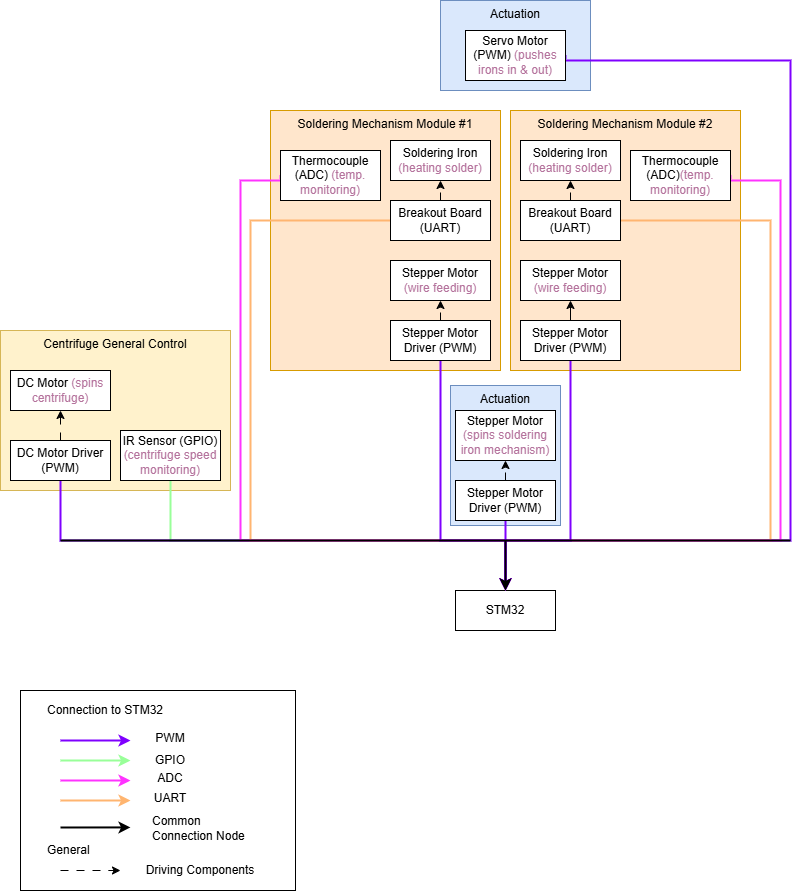
asmi-g/WSST-CentrifugeRepo-2026 keeps this draw.io diagram as docs/assets/WSST-SW-High-Level-Diagram.png. Above is the earlier version. Source tidied: cells renumbered, new cells last; positions are measured from the earlier drawing's top-left corner, leaving out a move shared by most shapes.
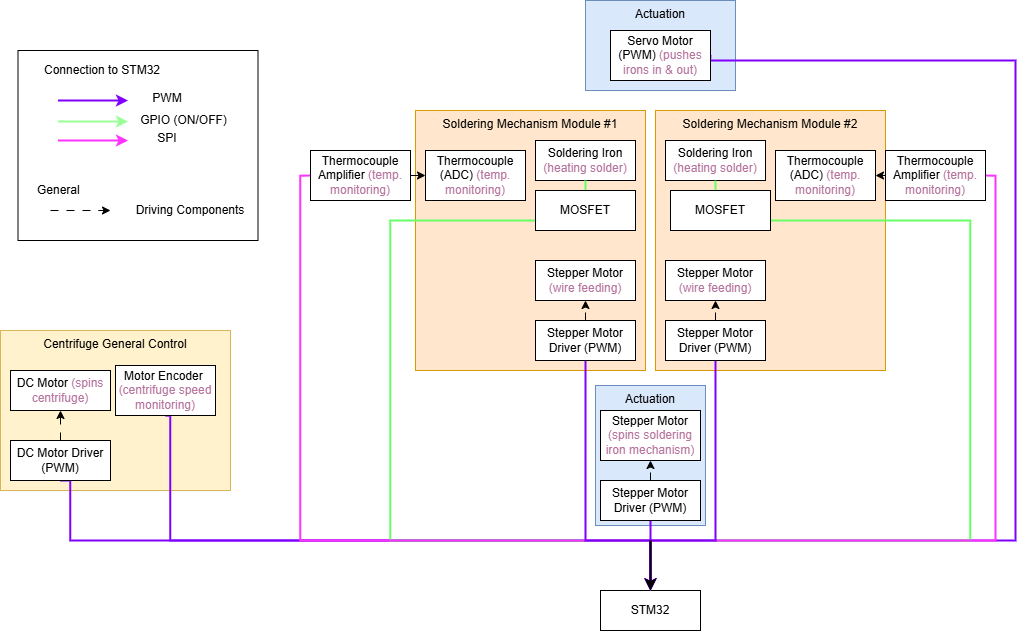
The same diagram one commit later.

Commit message:
stage-2-issue-6-centrifuge-operations-planning: Updated diagrams according to leads discussions

Change to the diagram source:
```diff
@@ -9,8 +9,11 @@
       <mxGeometry x="440" width="150" height="90" as="geometry" />
     </mxCell>
     <mxCell id="4" style="rounded=0;whiteSpace=wrap;html=1;" parent="1" vertex="1">
-      <mxGeometry x="20" y="690" width="275" height="200" as="geometry" />
+      <mxGeometry x="-127.5" y="50" width="240" height="190" as="geometry" />
     </mxCell>
+    <mxCell id="57" style="edgeStyle=orthogonalEdgeStyle;rounded=0;jettySize=auto;html=1;exitX=1;exitY=0.25;exitDx=0;exitDy=0;entryX=1;entryY=0.5;entryDx=0;entryDy=0;" parent="1" edge="1" source="5" target="31">
+      <mxGeometry relative="1" as="geometry" />
+    </mxCell>
     <mxCell id="5" value="Soldering Mechanism Module #2" style="rounded=0;whiteSpace=wrap;html=1;verticalAlign=top;fillColor=#ffe6cc;strokeColor=#d79b00;" parent="1" vertex="1">
       <mxGeometry x="510" y="110" width="230" height="260" as="geometry" />
     </mxCell>
@@ -18,20 +21,20 @@
       <mxGeometry x="270" y="110" width="230" height="260" as="geometry" />
     </mxCell>
     <mxCell id="7" value="Centrifuge General Control" style="rounded=0;whiteSpace=wrap;html=1;verticalAlign=top;fillColor=#fff2cc;strokeColor=#d6b656;" parent="1" vertex="1">
-      <mxGeometry y="330" width="230" height="160" as="geometry" />
+      <mxGeometry x="-145" y="330" width="230" height="160" as="geometry" />
     </mxCell>
     <mxCell id="8" value="STM32" style="rounded=0;whiteSpace=wrap;html=1;" parent="1" vertex="1">
       <mxGeometry x="455" y="590" width="100" height="40" as="geometry" />
     </mxCell>
     <mxCell id="9" value="DC Motor &lt;font style=&quot;color: rgb(181, 115, 157);&quot;&gt;(spins centrifuge)&lt;/font&gt;" style="rounded=0;whiteSpace=wrap;html=1;" parent="1" vertex="1">
-      <mxGeometry x="10" y="370" width="100" height="40" as="geometry" />
+      <mxGeometry x="-135" y="370" width="100" height="40" as="geometry" />
     </mxCell>
     <mxCell id="10" style="edgeStyle=orthogonalEdgeStyle;rounded=0;jettySize=auto;html=1;exitX=1;exitY=0.5;exitDx=0;exitDy=0;entryX=0.5;entryY=0;entryDx=0;entryDy=0;strokeColor=#7F00FF;strokeWidth=2;" parent="1" edge="1" source="11" target="8">
       <mxGeometry relative="1" as="geometry">
         <Array as="points">
           <mxPoint x="565" y="60" />
-          <mxPoint x="790" y="60" />
-          <mxPoint x="790" y="540" />
+          <mxPoint x="870" y="60" />
+          <mxPoint x="870" y="540" />
           <mxPoint x="505" y="540" />
         </Array>
       </mxGeometry>
@@ -54,16 +57,16 @@
     <mxCell id="16" value="Soldering Iron &lt;font style=&quot;color: rgb(181, 115, 157);&quot;&gt;(heating solder)&lt;/font&gt;" style="rounded=0;whiteSpace=wrap;html=1;" parent="1" vertex="1">
       <mxGeometry x="520" y="140" width="100" height="40" as="geometry" />
     </mxCell>
-    <mxCell id="17" style="edgeStyle=orthogonalEdgeStyle;rounded=0;jettySize=auto;html=1;exitX=0.5;exitY=1;exitDx=0;exitDy=0;entryX=0.5;entryY=0;entryDx=0;entryDy=0;strokeColor=#99FF99;strokeWidth=2;" parent="1" edge="1" source="18" target="8">
+    <mxCell id="17" style="edgeStyle=orthogonalEdgeStyle;rounded=0;jettySize=auto;html=1;exitX=0.5;exitY=1;exitDx=0;exitDy=0;entryX=0.5;entryY=0;entryDx=0;entryDy=0;strokeColor=#7F00FF;strokeWidth=2;" parent="1" edge="1" source="18" target="8">
       <mxGeometry relative="1" as="geometry">
         <Array as="points">
-          <mxPoint x="170" y="540" />
+          <mxPoint x="25" y="540" />
           <mxPoint x="505" y="540" />
         </Array>
       </mxGeometry>
     </mxCell>
-    <mxCell id="18" value="IR Sensor (GPIO) &lt;font style=&quot;color: rgb(181, 115, 157);&quot;&gt;(centrifuge speed monitoring)&lt;/font&gt;" style="rounded=0;whiteSpace=wrap;html=1;" parent="1" vertex="1">
-      <mxGeometry x="120" y="430" width="100" height="50" as="geometry" />
+    <mxCell id="18" value="Motor Encoder&amp;nbsp;&lt;div&gt;&lt;font style=&quot;color: rgb(181, 115, 157);&quot;&gt;(centrifuge speed monitoring)&lt;/font&gt;&lt;/div&gt;" style="rounded=0;whiteSpace=wrap;html=1;" parent="1" vertex="1">
+      <mxGeometry x="-30" y="365" width="100" height="50" as="geometry" />
     </mxCell>
     <mxCell id="19" style="edgeStyle=orthogonalEdgeStyle;rounded=0;jettySize=auto;html=1;exitX=0.5;exitY=0;exitDx=0;exitDy=0;entryX=0.5;entryY=1;entryDx=0;entryDy=0;dashed=1;dashPattern=8 8;" parent="1" edge="1" source="21" target="9">
       <mxGeometry relative="1" as="geometry" />
@@ -71,51 +74,41 @@
     <mxCell id="20" style="edgeStyle=orthogonalEdgeStyle;rounded=0;jettySize=auto;html=1;exitX=0.5;exitY=1;exitDx=0;exitDy=0;entryX=0.5;entryY=0;entryDx=0;entryDy=0;strokeColor=#7F00FF;strokeWidth=2;" parent="1" edge="1" source="21" target="8">
       <mxGeometry relative="1" as="geometry">
         <Array as="points">
-          <mxPoint x="60" y="540" />
+          <mxPoint x="-75" y="480" />
+          <mxPoint x="-75" y="540" />
           <mxPoint x="505" y="540" />
         </Array>
       </mxGeometry>
     </mxCell>
     <mxCell id="21" value="DC Motor Driver (PWM)" style="rounded=0;whiteSpace=wrap;html=1;" parent="1" vertex="1">
-      <mxGeometry x="10" y="440" width="100" height="40" as="geometry" />
+      <mxGeometry x="-135" y="440" width="100" height="40" as="geometry" />
     </mxCell>
-    <mxCell id="22" style="edgeStyle=orthogonalEdgeStyle;rounded=0;jettySize=auto;html=1;exitX=0.5;exitY=0;exitDx=0;exitDy=0;entryX=0.5;entryY=1;entryDx=0;entryDy=0;dashed=1;dashPattern=8 8;" parent="1" edge="1" source="24" target="15">
-      <mxGeometry relative="1" as="geometry" />
-    </mxCell>
-    <mxCell id="23" style="edgeStyle=orthogonalEdgeStyle;rounded=0;jettySize=auto;html=1;exitX=0;exitY=0.5;exitDx=0;exitDy=0;strokeColor=#FFB570;strokeWidth=2;" parent="1" edge="1" source="24">
+    <mxCell id="23" style="edgeStyle=orthogonalEdgeStyle;rounded=0;jettySize=auto;html=1;exitX=0.5;exitY=1;exitDx=0;exitDy=0;strokeColor=#66FF66;strokeWidth=2;" parent="1" edge="1" source="15">
       <mxGeometry relative="1" as="geometry">
         <mxPoint x="505" y="590" as="targetPoint" />
         <Array as="points">
-          <mxPoint x="250" y="220" />
-          <mxPoint x="250" y="540" />
+          <mxPoint x="440" y="220" />
+          <mxPoint x="245" y="220" />
+          <mxPoint x="245" y="540" />
           <mxPoint x="505" y="540" />
         </Array>
       </mxGeometry>
     </mxCell>
-    <mxCell id="24" value="Breakout Board (UART)" style="rounded=0;whiteSpace=wrap;html=1;" parent="1" vertex="1">
-      <mxGeometry x="390" y="200" width="100" height="40" as="geometry" />
-    </mxCell>
-    <mxCell id="25" style="edgeStyle=orthogonalEdgeStyle;rounded=0;jettySize=auto;html=1;exitX=0.5;exitY=0;exitDx=0;exitDy=0;entryX=0.5;entryY=1;entryDx=0;entryDy=0;dashed=1;dashPattern=8 8;" parent="1" edge="1" source="27" target="16">
-      <mxGeometry relative="1" as="geometry" />
-    </mxCell>
-    <mxCell id="26" style="edgeStyle=orthogonalEdgeStyle;rounded=0;jettySize=auto;html=1;exitX=1;exitY=0.5;exitDx=0;exitDy=0;strokeColor=#FFB570;strokeWidth=2;" parent="1" edge="1" source="27">
+    <mxCell id="26" style="edgeStyle=orthogonalEdgeStyle;rounded=0;jettySize=auto;html=1;exitX=0.5;exitY=1;exitDx=0;exitDy=0;strokeColor=#66FF66;strokeWidth=2;" parent="1" edge="1" source="64">
       <mxGeometry relative="1" as="geometry">
         <mxPoint x="505" y="590" as="targetPoint" />
         <Array as="points">
-          <mxPoint x="770" y="220" />
-          <mxPoint x="770" y="540" />
+          <mxPoint x="825" y="220" />
+          <mxPoint x="825" y="540" />
           <mxPoint x="505" y="540" />
         </Array>
       </mxGeometry>
     </mxCell>
-    <mxCell id="27" value="Breakout Board (UART)" style="rounded=0;whiteSpace=wrap;html=1;" parent="1" vertex="1">
-      <mxGeometry x="520" y="200" width="100" height="40" as="geometry" />
-    </mxCell>
-    <mxCell id="28" style="edgeStyle=orthogonalEdgeStyle;rounded=0;jettySize=auto;html=1;exitX=0;exitY=0.5;exitDx=0;exitDy=0;entryX=0.5;entryY=0;entryDx=0;entryDy=0;strokeColor=#FF33FF;strokeWidth=2;" parent="1" edge="1" source="29" target="8">
+    <mxCell id="28" style="edgeStyle=orthogonalEdgeStyle;rounded=0;jettySize=auto;html=1;exitX=0;exitY=0.5;exitDx=0;exitDy=0;entryX=0.5;entryY=0;entryDx=0;entryDy=0;strokeColor=#FF33FF;strokeWidth=2;" parent="1" edge="1" source="61" target="8">
       <mxGeometry relative="1" as="geometry">
         <Array as="points">
-          <mxPoint x="240" y="180" />
-          <mxPoint x="240" y="540" />
+          <mxPoint x="155" y="175" />
+          <mxPoint x="155" y="540" />
           <mxPoint x="505" y="540" />
         </Array>
       </mxGeometry>
@@ -123,16 +116,16 @@
     <mxCell id="29" value="Thermocouple (ADC) &lt;font style=&quot;color: rgb(181, 115, 157);&quot;&gt;(temp. monitoring)&lt;/font&gt;" style="rounded=0;whiteSpace=wrap;html=1;" parent="1" vertex="1">
       <mxGeometry x="280" y="150" width="100" height="50" as="geometry" />
     </mxCell>
-    <mxCell id="30" style="edgeStyle=orthogonalEdgeStyle;rounded=0;jettySize=auto;html=1;exitX=1;exitY=0.5;exitDx=0;exitDy=0;entryX=0.5;entryY=0;entryDx=0;entryDy=0;strokeColor=#FF33FF;strokeWidth=2;" parent="1" edge="1" source="31" target="8">
+    <mxCell id="30" style="edgeStyle=orthogonalEdgeStyle;rounded=0;jettySize=auto;html=1;exitX=1;exitY=0.5;exitDx=0;exitDy=0;entryX=0.5;entryY=0;entryDx=0;entryDy=0;strokeColor=#FF33FF;strokeWidth=2;" parent="1" edge="1" source="59" target="8">
       <mxGeometry relative="1" as="geometry">
         <Array as="points">
-          <mxPoint x="780" y="180" />
-          <mxPoint x="780" y="540" />
+          <mxPoint x="850" y="175" />
+          <mxPoint x="850" y="540" />
           <mxPoint x="505" y="540" />
         </Array>
       </mxGeometry>
     </mxCell>
-    <mxCell id="31" value="Thermocouple (ADC)&lt;span style=&quot;color: rgb(181, 115, 157);&quot;&gt;(temp. monitoring)&lt;/span&gt;" style="rounded=0;whiteSpace=wrap;html=1;" parent="1" vertex="1">
+    <mxCell id="31" value="Thermocouple (ADC)&amp;nbsp;&lt;span style=&quot;color: rgb(181, 115, 157);&quot;&gt;(temp. monitoring)&lt;/span&gt;" style="rounded=0;whiteSpace=wrap;html=1;" parent="1" vertex="1">
       <mxGeometry x="630" y="150" width="100" height="50" as="geometry" />
     </mxCell>
     <mxCell id="32" style="edgeStyle=orthogonalEdgeStyle;rounded=0;jettySize=auto;html=1;exitX=0.5;exitY=0;exitDx=0;exitDy=0;entryX=0.5;entryY=1;entryDx=0;entryDy=0;dashed=1;dashPattern=8 8;" parent="1" edge="1" source="34" target="12">
@@ -162,7 +155,7 @@
     <mxCell id="37" value="Stepper Motor Driver (PWM)" style="rounded=0;whiteSpace=wrap;html=1;" parent="1" vertex="1">
       <mxGeometry x="390" y="320" width="100" height="40" as="geometry" />
     </mxCell>
-    <mxCell id="38" style="edgeStyle=orthogonalEdgeStyle;rounded=0;jettySize=auto;html=1;exitX=0.5;exitY=0;exitDx=0;exitDy=0;entryX=0.5;entryY=1;entryDx=0;entryDy=0;" parent="1" edge="1" source="40" target="14">
+    <mxCell id="38" style="edgeStyle=orthogonalEdgeStyle;rounded=0;jettySize=auto;html=1;exitX=0.5;exitY=0;exitDx=0;exitDy=0;entryX=0.5;entryY=1;entryDx=0;entryDy=0;dashed=1;dashPattern=8 8;" parent="1" edge="1" source="40" target="14">
       <mxGeometry relative="1" as="geometry" />
     </mxCell>
     <mxCell id="39" style="edgeStyle=orthogonalEdgeStyle;rounded=0;jettySize=auto;html=1;exitX=0.5;exitY=1;exitDx=0;exitDy=0;entryX=0.5;entryY=0;entryDx=0;entryDy=0;strokeColor=#7F00FF;strokeWidth=2;" parent="1" edge="1" source="40" target="8">
@@ -178,74 +171,71 @@
     </mxCell>
     <mxCell id="41" style="endArrow=classic;html=1;rounded=0;strokeColor=#7F00FF;strokeWidth=2;" parent="1" edge="1">
       <mxGeometry relative="1" as="geometry">
-        <mxPoint x="60" y="740" as="sourcePoint" />
-        <mxPoint x="130" y="740" as="targetPoint" />
+        <mxPoint x="-87.5" y="100" as="sourcePoint" />
+        <mxPoint x="-17.5" y="100" as="targetPoint" />
       </mxGeometry>
     </mxCell>
     <mxCell id="42" style="endArrow=classic;html=1;rounded=0;strokeColor=#99FF99;strokeWidth=2;" parent="1" edge="1">
       <mxGeometry relative="1" as="geometry">
-        <mxPoint x="60" y="760" as="sourcePoint" />
-        <mxPoint x="130" y="760" as="targetPoint" />
+        <mxPoint x="-87.5" y="121" as="sourcePoint" />
+        <mxPoint x="-17.5" y="121" as="targetPoint" />
       </mxGeometry>
     </mxCell>
     <mxCell id="43" style="endArrow=classic;html=1;rounded=0;strokeColor=#FF33FF;strokeWidth=2;" parent="1" edge="1">
       <mxGeometry relative="1" as="geometry">
-        <mxPoint x="60" y="780" as="sourcePoint" />
-        <mxPoint x="130" y="780" as="targetPoint" />
+        <mxPoint x="-87.5" y="140" as="sourcePoint" />
+        <mxPoint x="-17.5" y="140" as="targetPoint" />
       </mxGeometry>
     </mxCell>
-    <mxCell id="44" style="endArrow=classic;html=1;rounded=0;strokeColor=#FFB570;strokeWidth=2;" parent="1" edge="1">
-      <mxGeometry relative="1" as="geometry">
-        <mxPoint x="60" y="800" as="sourcePoint" />
-        <mxPoint x="130" y="800" as="targetPoint" />
-      </mxGeometry>
-    </mxCell>
     <mxCell id="45" value="PWM" style="text;html=1;whiteSpace=wrap;strokeColor=none;fillColor=none;align=center;verticalAlign=middle;rounded=0;" parent="1" vertex="1">
-      <mxGeometry x="140" y="730" width="60" height="15" as="geometry" />
+      <mxGeometry x="-7.5" y="90" width="60" height="15" as="geometry" />
     </mxCell>
-    <mxCell id="46" value="ADC" style="text;html=1;whiteSpace=wrap;strokeColor=none;fillColor=none;align=center;verticalAlign=middle;rounded=0;" parent="1" vertex="1">
-      <mxGeometry x="140" y="770" width="60" height="15" as="geometry" />
+    <mxCell id="46" value="SPI" style="text;html=1;whiteSpace=wrap;strokeColor=none;fillColor=none;align=center;verticalAlign=middle;rounded=0;" parent="1" vertex="1">
+      <mxGeometry x="-7.5" y="130" width="60" height="15" as="geometry" />
     </mxCell>
-    <mxCell id="47" value="UART" style="text;html=1;whiteSpace=wrap;strokeColor=none;fillColor=none;align=center;verticalAlign=middle;rounded=0;" parent="1" vertex="1">
-      <mxGeometry x="140" y="790" width="60" height="15" as="geometry" />
-    </mxCell>
-    <mxCell id="48" value="GPIO" style="text;html=1;whiteSpace=wrap;strokeColor=none;fillColor=none;align=center;verticalAlign=middle;rounded=0;" parent="1" vertex="1">
-      <mxGeometry x="140" y="750" width="60" height="20" as="geometry" />
+    <mxCell id="48" value="GPIO (ON/OFF)" style="text;html=1;whiteSpace=wrap;strokeColor=none;fillColor=none;align=center;verticalAlign=middle;rounded=0;" parent="1" vertex="1">
+      <mxGeometry x="-7.5" y="110" width="92.5" height="20" as="geometry" />
     </mxCell>
     <mxCell id="49" value="Connection to STM32" style="text;html=1;whiteSpace=wrap;strokeColor=none;fillColor=none;align=center;verticalAlign=middle;rounded=0;" parent="1" vertex="1">
-      <mxGeometry x="35" y="695" width="140" height="30" as="geometry" />
+      <mxGeometry x="-112.5" y="55" width="140" height="30" as="geometry" />
     </mxCell>
     <mxCell id="50" style="endArrow=classic;html=1;rounded=0;dashed=1;dashPattern=8 8;" parent="1" edge="1">
       <mxGeometry relative="1" as="geometry">
-        <mxPoint x="60" y="870" as="sourcePoint" />
-        <mxPoint x="120" y="870" as="targetPoint" />
+        <mxPoint x="-95" y="210" as="sourcePoint" />
+        <mxPoint x="-35" y="210" as="targetPoint" />
       </mxGeometry>
     </mxCell>
     <mxCell id="51" value="General" style="text;html=1;whiteSpace=wrap;strokeColor=none;fillColor=none;align=left;verticalAlign=middle;rounded=0;" parent="1" vertex="1">
-      <mxGeometry x="45" y="840" width="140" height="20" as="geometry" />
+      <mxGeometry x="-110" y="180" width="140" height="20" as="geometry" />
     </mxCell>
     <mxCell id="52" value="Driving Components" style="text;html=1;whiteSpace=wrap;strokeColor=none;fillColor=none;align=center;verticalAlign=middle;rounded=0;" parent="1" vertex="1">
-      <mxGeometry x="140" y="860" width="120" height="20" as="geometry" />
+      <mxGeometry x="-15" y="200" width="120" height="20" as="geometry" />
     </mxCell>
-    <mxCell id="53" style="endArrow=none;html=1;rounded=0;strokeWidth=2;" parent="1" edge="1">
-      <mxGeometry relative="1" as="geometry">
-        <mxPoint x="60" y="540" as="sourcePoint" />
-        <mxPoint x="790" y="540" as="targetPoint" />
-      </mxGeometry>
-    </mxCell>
-    <mxCell id="54" value="Common Connection Node" style="text;html=1;whiteSpace=wrap;strokeColor=none;fillColor=none;align=left;verticalAlign=middle;rounded=0;" parent="1" vertex="1">
-      <mxGeometry x="150" y="820" width="110" height="15" as="geometry" />
-    </mxCell>
     <mxCell id="55" style="endArrow=classic;html=1;rounded=0;entryX=0.5;entryY=0;entryDx=0;entryDy=0;fontSize=12;strokeWidth=2;" parent="1" edge="1" target="8">
       <mxGeometry relative="1" as="geometry">
         <mxPoint x="505" y="540" as="sourcePoint" />
       </mxGeometry>
     </mxCell>
-    <mxCell id="56" style="endArrow=classic;html=1;rounded=0;fontSize=12;strokeWidth=2;" parent="1" edge="1">
-      <mxGeometry relative="1" as="geometry">
-        <mxPoint x="60" y="827" as="sourcePoint" />
-        <mxPoint x="130" y="826.9" as="targetPoint" />
-      </mxGeometry>
-    </mxCell>
+    <mxCell id="58" style="edgeStyle=orthogonalEdgeStyle;rounded=0;jettySize=auto;html=1;exitX=0;exitY=0.5;exitDx=0;exitDy=0;entryX=1;entryY=0.5;entryDx=0;entryDy=0;" parent="1" edge="1" source="59" target="31">
+      <mxGeometry relative="1" as="geometry" />
+    </mxCell>
+    <mxCell id="59" value="Thermocouple Amplifier&amp;nbsp;&lt;span style=&quot;color: rgb(181, 115, 157);&quot;&gt;(temp. monitoring)&lt;/span&gt;" style="rounded=0;whiteSpace=wrap;html=1;" parent="1" vertex="1">
+      <mxGeometry x="740" y="150" width="100" height="50" as="geometry" />
+    </mxCell>
+    <mxCell id="60" style="edgeStyle=orthogonalEdgeStyle;rounded=0;jettySize=auto;html=1;exitX=1;exitY=0.5;exitDx=0;exitDy=0;entryX=0;entryY=0.5;entryDx=0;entryDy=0;" parent="1" edge="1" source="61" target="29">
+      <mxGeometry relative="1" as="geometry" />
+    </mxCell>
+    <mxCell id="61" value="Thermocouple Amplifier&amp;nbsp;&lt;span style=&quot;color: rgb(181, 115, 157);&quot;&gt;(temp. monitoring)&lt;/span&gt;" style="rounded=0;whiteSpace=wrap;html=1;" parent="1" vertex="1">
+      <mxGeometry x="165" y="150" width="100" height="50" as="geometry" />
+    </mxCell>
+    <mxCell id="62" value="MOSFET" style="rounded=0;whiteSpace=wrap;html=1;" parent="1" vertex="1">
+      <mxGeometry x="390" y="190" width="100" height="40" as="geometry" />
+    </mxCell>
+    <mxCell id="63" style="edgeStyle=orthogonalEdgeStyle;rounded=0;jettySize=auto;html=1;exitX=0.5;exitY=1;exitDx=0;exitDy=0;strokeColor=#66FF66;strokeWidth=2;" parent="1" edge="1" source="16" target="64">
+      <mxGeometry relative="1" as="geometry" />
+    </mxCell>
+    <mxCell id="64" value="MOSFET" style="rounded=0;whiteSpace=wrap;html=1;" parent="1" vertex="1">
+      <mxGeometry x="525" y="190" width="100" height="40" as="geometry" />
+    </mxCell>
   </root>
 </mxGraphModel>
```
